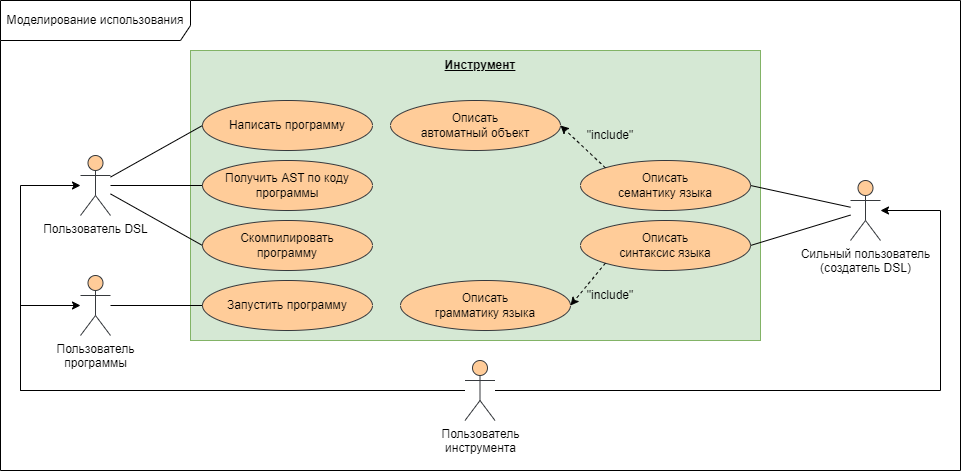
The draw.io diagram docs/diagrams/functional_requirements.png in aVorotnikov/dsl_generator, before a commit. Source tidied: cells renumbered, new cells last; positions are measured from the earlier drawing's top-left corner, leaving out a move shared by most shapes.
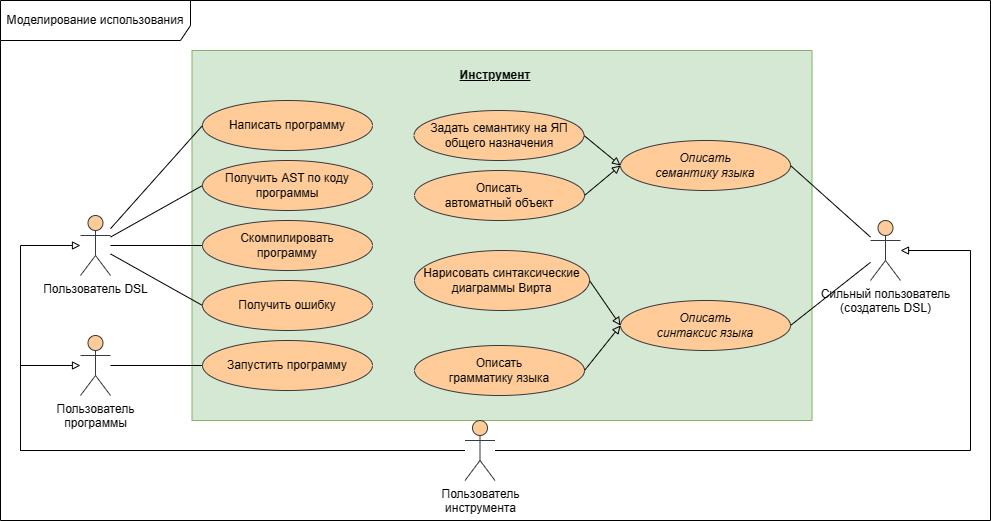
The same diagram one commit later.

Commit message:
Fixed functional requirements

Diff of the diagram source:
```diff
@@ -3,56 +3,44 @@
     <mxCell id="0" />
     <mxCell id="1" parent="0" />
     <mxCell id="2" value="Моделирование использования" style="shape=umlFrame;whiteSpace=wrap;html=1;width=190;height=40;" parent="1" vertex="1">
-      <mxGeometry width="960" height="470" as="geometry" />
+      <mxGeometry y="-60" width="990" height="520" as="geometry" />
     </mxCell>
     <mxCell id="3" value="Пользователь DSL" style="shape=umlActor;verticalLabelPosition=bottom;verticalAlign=top;html=1;fillColor=#ffcc99;strokeColor=#36393d;" parent="1" vertex="1">
       <mxGeometry x="80" y="155" width="30" height="60" as="geometry" />
     </mxCell>
     <mxCell id="4" value="Сильный пользователь&lt;br&gt;(создатель DSL)" style="shape=umlActor;verticalLabelPosition=bottom;verticalAlign=top;html=1;fillColor=#ffcc99;strokeColor=#36393d;" parent="1" vertex="1">
-      <mxGeometry x="850" y="180" width="30" height="60" as="geometry" />
+      <mxGeometry x="870" y="160" width="30" height="60" as="geometry" />
     </mxCell>
     <mxCell id="5" style="rounded=0;whiteSpace=wrap;html=1;fillColor=#d5e8d4;strokeColor=#82b366;" parent="1" vertex="1">
-      <mxGeometry x="190" y="50" width="570" height="290" as="geometry" />
+      <mxGeometry x="191.5" y="-10" width="620" height="370" as="geometry" />
     </mxCell>
     <mxCell id="6" value="&lt;b&gt;&lt;u&gt;Инструмент&lt;/u&gt;&lt;/b&gt;" style="text;html=1;strokeColor=none;fillColor=none;align=center;verticalAlign=middle;whiteSpace=wrap;rounded=0;" parent="1" vertex="1">
-      <mxGeometry x="449.5" y="50" width="60" height="30" as="geometry" />
+      <mxGeometry x="465" width="60" height="30" as="geometry" />
     </mxCell>
     <mxCell id="7" value="Написать программу" style="ellipse;whiteSpace=wrap;html=1;fillColor=#ffcc99;strokeColor=#36393d;" parent="1" vertex="1">
-      <mxGeometry x="202" y="100" width="170" height="50" as="geometry" />
+      <mxGeometry x="202" y="40" width="170" height="50" as="geometry" />
     </mxCell>
     <mxCell id="8" value="Запустить программу" style="ellipse;whiteSpace=wrap;html=1;fillColor=#ffcc99;strokeColor=#36393d;" parent="1" vertex="1">
       <mxGeometry x="202" y="280" width="170" height="50" as="geometry" />
     </mxCell>
     <mxCell id="9" value="Скомпилировать&lt;br&gt;программу" style="ellipse;whiteSpace=wrap;html=1;fillColor=#ffcc99;strokeColor=#36393d;" parent="1" vertex="1">
-      <mxGeometry x="202" y="220" width="170" height="50" as="geometry" />
+      <mxGeometry x="202" y="160" width="170" height="50" as="geometry" />
     </mxCell>
     <mxCell id="10" value="Получить AST по коду программы" style="ellipse;whiteSpace=wrap;html=1;fillColor=#ffcc99;strokeColor=#36393d;" parent="1" vertex="1">
-      <mxGeometry x="202" y="160" width="170" height="50" as="geometry" />
+      <mxGeometry x="202" y="100" width="170" height="50" as="geometry" />
     </mxCell>
-    <mxCell id="11" value="Описать&lt;br&gt;семантику языка" style="ellipse;whiteSpace=wrap;html=1;fillColor=#ffcc99;strokeColor=#36393d;" parent="1" vertex="1">
-      <mxGeometry x="580" y="160" width="170" height="50" as="geometry" />
+    <mxCell id="11" value="&lt;i style=&quot;&quot;&gt;Описать&lt;br&gt;семантику языка&lt;/i&gt;" style="ellipse;whiteSpace=wrap;html=1;fillColor=#ffcc99;strokeColor=#36393d;" parent="1" vertex="1">
+      <mxGeometry x="620" y="80" width="170" height="50" as="geometry" />
     </mxCell>
-    <mxCell id="12" value="Описать&lt;br&gt;синтаксис языка" style="ellipse;whiteSpace=wrap;html=1;fillColor=#ffcc99;strokeColor=#36393d;" parent="1" vertex="1">
-      <mxGeometry x="580" y="220" width="170" height="50" as="geometry" />
+    <mxCell id="12" value="&lt;i style=&quot;&quot;&gt;Описать&lt;br&gt;синтаксис языка&lt;/i&gt;" style="ellipse;whiteSpace=wrap;html=1;fillColor=#ffcc99;strokeColor=#36393d;" parent="1" vertex="1">
+      <mxGeometry x="620" y="240" width="170" height="50" as="geometry" />
     </mxCell>
     <mxCell id="13" value="Описать&lt;br&gt;автоматный объект" style="ellipse;whiteSpace=wrap;html=1;fillColor=#ffcc99;strokeColor=#36393d;" parent="1" vertex="1">
-      <mxGeometry x="390" y="100" width="170" height="50" as="geometry" />
+      <mxGeometry x="414" y="110" width="170" height="50" as="geometry" />
     </mxCell>
-    <mxCell id="14" style="curved=1;endArrow=classic;html=1;rounded=0;dashed=1;entryX=1;entryY=0.5;entryDx=0;entryDy=0;exitX=0;exitY=0;exitDx=0;exitDy=0;" parent="1" edge="1" source="11" target="13">
-      <mxGeometry relative="1" as="geometry" />
-    </mxCell>
-    <mxCell id="15" value="&quot;include&quot;" style="text;html=1;strokeColor=none;fillColor=none;align=center;verticalAlign=middle;whiteSpace=wrap;rounded=0;" parent="1" vertex="1">
-      <mxGeometry x="580" y="120" width="60" height="30" as="geometry" />
-    </mxCell>
     <mxCell id="16" value="Описать&lt;br&gt;грамматику языка" style="ellipse;whiteSpace=wrap;html=1;fillColor=#ffcc99;strokeColor=#36393d;" parent="1" vertex="1">
-      <mxGeometry x="400" y="280" width="170" height="50" as="geometry" />
+      <mxGeometry x="414" y="285" width="170" height="50" as="geometry" />
     </mxCell>
-    <mxCell id="17" style="curved=1;endArrow=classic;html=1;rounded=0;dashed=1;entryX=1;entryY=0.5;entryDx=0;entryDy=0;exitX=0;exitY=1;exitDx=0;exitDy=0;" parent="1" edge="1" source="12" target="16">
-      <mxGeometry relative="1" as="geometry" />
-    </mxCell>
-    <mxCell id="18" value="&quot;include&quot;" style="text;html=1;strokeColor=none;fillColor=none;align=center;verticalAlign=middle;whiteSpace=wrap;rounded=0;" parent="1" vertex="1">
-      <mxGeometry x="580" y="280" width="60" height="30" as="geometry" />
-    </mxCell>
     <mxCell id="19" style="endArrow=none;html=1;rounded=0;entryX=0;entryY=0.5;entryDx=0;entryDy=0;" parent="1" edge="1" source="3" target="10">
       <mxGeometry relative="1" as="geometry" />
     </mxCell>
@@ -77,7 +65,7 @@
     <mxCell id="26" value="Пользователь&lt;br&gt;инструмента" style="shape=umlActor;verticalLabelPosition=bottom;verticalAlign=top;html=1;fillColor=#ffcc99;strokeColor=#36393d;" parent="1" vertex="1">
       <mxGeometry x="464.5" y="360" width="30" height="60" as="geometry" />
     </mxCell>
-    <mxCell id="27" style="endArrow=classic;html=1;rounded=0;" parent="1" edge="1" source="26" target="20">
+    <mxCell id="27" style="endArrow=block;html=1;rounded=0;endFill=0;" parent="1" edge="1" source="26" target="20">
       <mxGeometry relative="1" as="geometry">
         <Array as="points">
           <mxPoint x="20" y="390" />
@@ -85,15 +73,15 @@
         </Array>
       </mxGeometry>
     </mxCell>
-    <mxCell id="28" style="endArrow=classic;html=1;rounded=0;" parent="1" edge="1" source="26" target="4">
+    <mxCell id="28" style="endArrow=block;html=1;rounded=0;endFill=0;" parent="1" edge="1" source="26" target="4">
       <mxGeometry relative="1" as="geometry">
         <Array as="points">
-          <mxPoint x="940" y="390" />
-          <mxPoint x="940" y="210" />
+          <mxPoint x="970" y="390" />
+          <mxPoint x="970" y="190" />
         </Array>
       </mxGeometry>
     </mxCell>
-    <mxCell id="29" style="endArrow=classic;html=1;rounded=0;" parent="1" edge="1" source="26" target="3">
+    <mxCell id="29" style="endArrow=block;html=1;rounded=0;endFill=0;" parent="1" edge="1" source="26" target="3">
       <mxGeometry relative="1" as="geometry">
         <Array as="points">
           <mxPoint x="20" y="390" />
@@ -101,5 +89,29 @@
         </Array>
       </mxGeometry>
     </mxCell>
+    <mxCell id="30" value="Нарисовать синтаксические диаграммы Вирта" style="ellipse;whiteSpace=wrap;html=1;fillColor=#ffcc99;strokeColor=#36393d;" parent="1" vertex="1">
+      <mxGeometry x="414" y="190" width="175" height="60" as="geometry" />
+    </mxCell>
+    <mxCell id="31" style="endArrow=block;html=1;rounded=0;entryX=0;entryY=0.5;entryDx=0;entryDy=0;endFill=0;exitX=1;exitY=0.5;exitDx=0;exitDy=0;" parent="1" edge="1" source="30" target="12">
+      <mxGeometry relative="1" as="geometry" />
+    </mxCell>
+    <mxCell id="32" style="endArrow=block;html=1;rounded=0;entryX=0;entryY=0.5;entryDx=0;entryDy=0;endFill=0;exitX=1;exitY=0.5;exitDx=0;exitDy=0;" parent="1" edge="1" source="16" target="12">
+      <mxGeometry relative="1" as="geometry" />
+    </mxCell>
+    <mxCell id="33" value="Задать семантику на ЯП общего назначения" style="ellipse;whiteSpace=wrap;html=1;fillColor=#ffcc99;strokeColor=#36393d;" parent="1" vertex="1">
+      <mxGeometry x="413.5" y="50" width="170" height="50" as="geometry" />
+    </mxCell>
+    <mxCell id="34" style="endArrow=block;html=1;rounded=0;endFill=0;exitX=1;exitY=0.5;exitDx=0;exitDy=0;entryX=0;entryY=0.5;entryDx=0;entryDy=0;" parent="1" edge="1" source="33" target="11">
+      <mxGeometry relative="1" as="geometry" />
+    </mxCell>
+    <mxCell id="35" style="endArrow=block;html=1;rounded=0;entryX=0;entryY=0.5;entryDx=0;entryDy=0;endFill=0;exitX=1;exitY=0.5;exitDx=0;exitDy=0;" parent="1" edge="1" source="13" target="11">
+      <mxGeometry relative="1" as="geometry" />
+    </mxCell>
+    <mxCell id="36" value="Получить ошибку" style="ellipse;whiteSpace=wrap;html=1;fillColor=#ffcc99;strokeColor=#36393d;" parent="1" vertex="1">
+      <mxGeometry x="202" y="220" width="170" height="50" as="geometry" />
+    </mxCell>
+    <mxCell id="37" style="endArrow=none;html=1;rounded=0;entryX=0;entryY=0.5;entryDx=0;entryDy=0;" parent="1" edge="1" source="3" target="36">
+      <mxGeometry relative="1" as="geometry" />
+    </mxCell>
   </root>
 </mxGraphModel>
```
